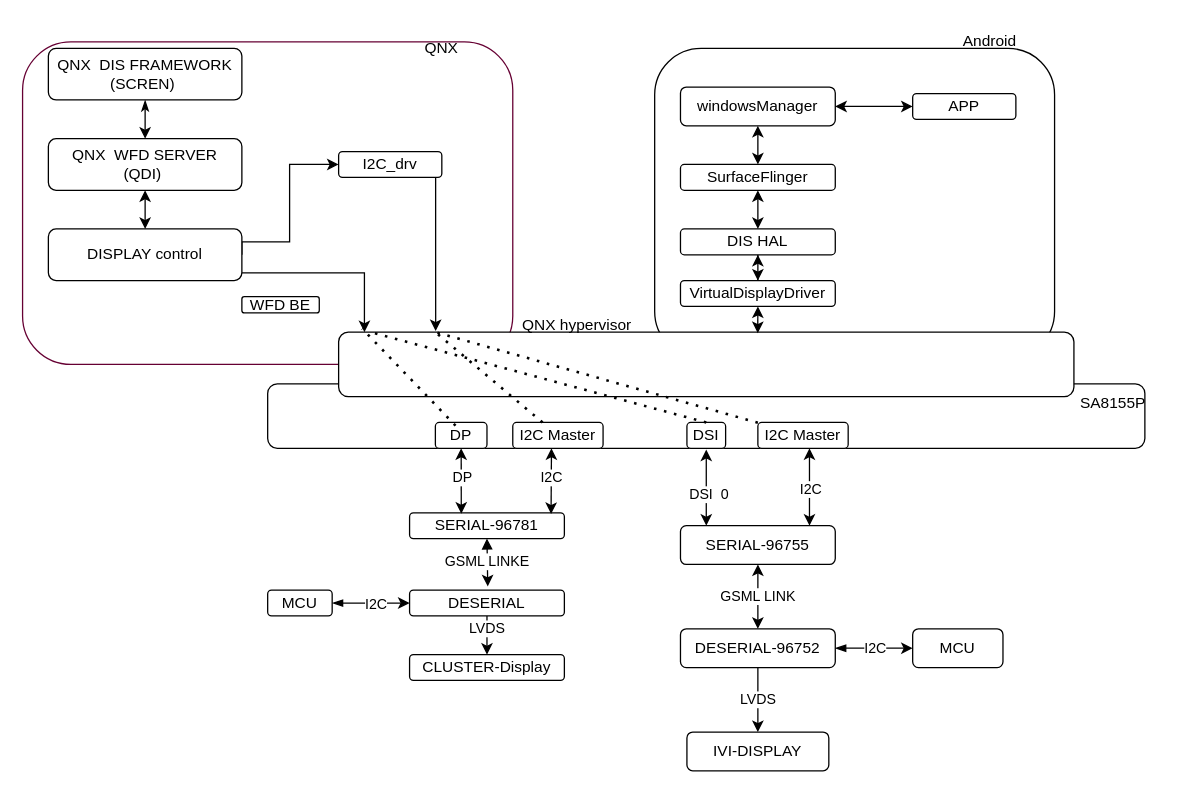
singledo/drawio-repo keeps this draw.io diagram as display-arch.drawio. Above is the earlier version. Source tidied: cells renumbered, new cells numbered last; positions are measured from the earlier drawing's top-left corner, leaving out a move shared by most shapes. Both pictures are drawn from the tidied source at 129%, with x=0, y=0 at pixel (22, 22).
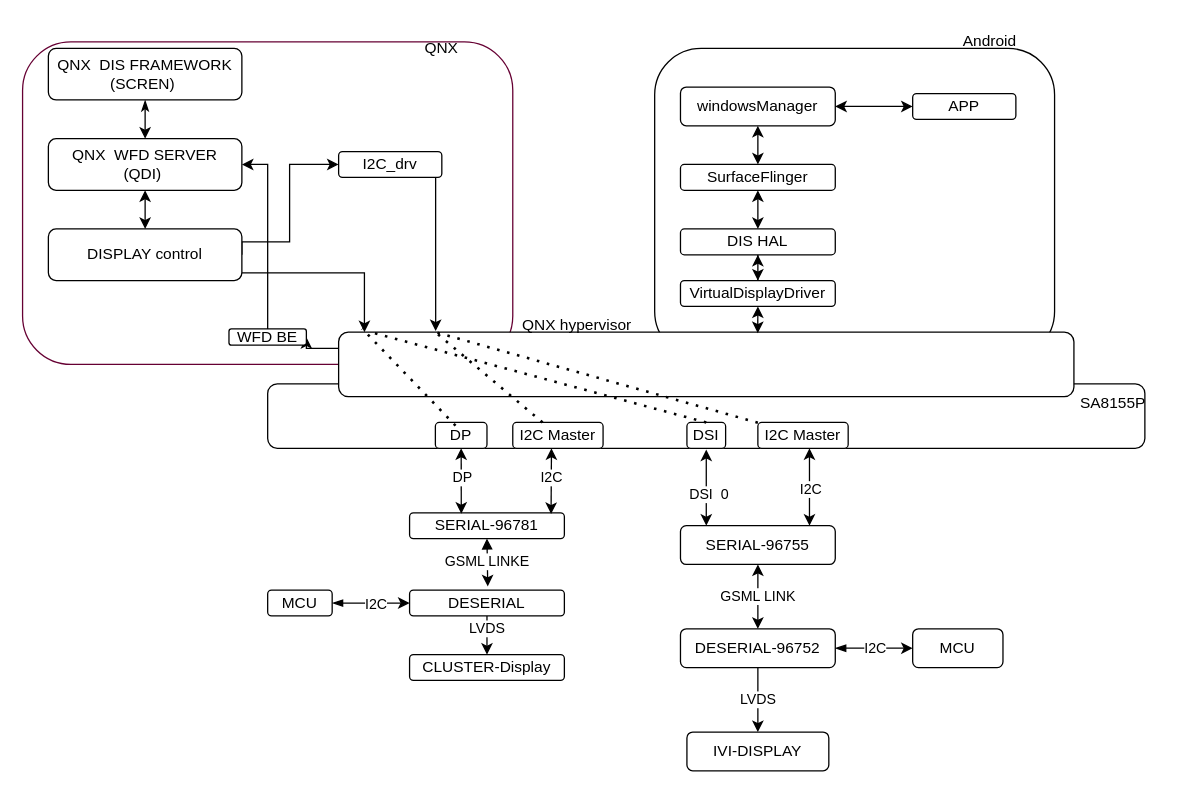
Above is the later version.

The change refers to these unchanged cells:
```xml
<mxCell id="5" style="rounded=1;whiteSpace=wrap;html=1;" parent="1" vertex="1">
  <mxGeometry x="245" y="240" width="570" height="50" as="geometry" />
</mxCell>
<mxCell id="47" value="QNX&amp;nbsp; WFD SERVER&lt;div&gt;&lt;span style=&quot;background-color: initial;&quot;&gt;(QDI&lt;/span&gt;&lt;span style=&quot;background-color: initial;&quot;&gt;)&amp;nbsp;&lt;/span&gt;&lt;/div&gt;" style="rounded=1;whiteSpace=wrap;html=1;" parent="1" vertex="1">
  <mxGeometry x="20" y="90" width="150" height="40" as="geometry" />
</mxCell>
```

The edit, as a diff of the source:
```diff
@@
+    <mxCell id="66" style="edgeStyle=orthogonalEdgeStyle;rounded=0;jettySize=auto;html=1;exitX=0;exitY=0.25;exitDx=0;exitDy=0;entryX=1;entryY=0.5;entryDx=0;entryDy=0;" parent="1" edge="1" source="5" target="43">
+      <mxGeometry relative="1" as="geometry" />
+    </mxCell>
@@
+    <mxCell id="67" style="edgeStyle=orthogonalEdgeStyle;rounded=0;jettySize=auto;html=1;exitX=0.5;exitY=0;exitDx=0;exitDy=0;entryX=1;entryY=0.5;entryDx=0;entryDy=0;" parent="1" edge="1" source="43" target="47">
+      <mxGeometry relative="1" as="geometry" />
+    </mxCell>
     <mxCell id="43" value="WFD BE" style="rounded=1;whiteSpace=wrap;html=1;" parent="1" vertex="1">
-      <mxGeometry x="170" y="212.5" width="60" height="12.5" as="geometry" />
+      <mxGeometry x="160" y="237.5" width="60" height="12.5" as="geometry" />
     </mxCell>
```
